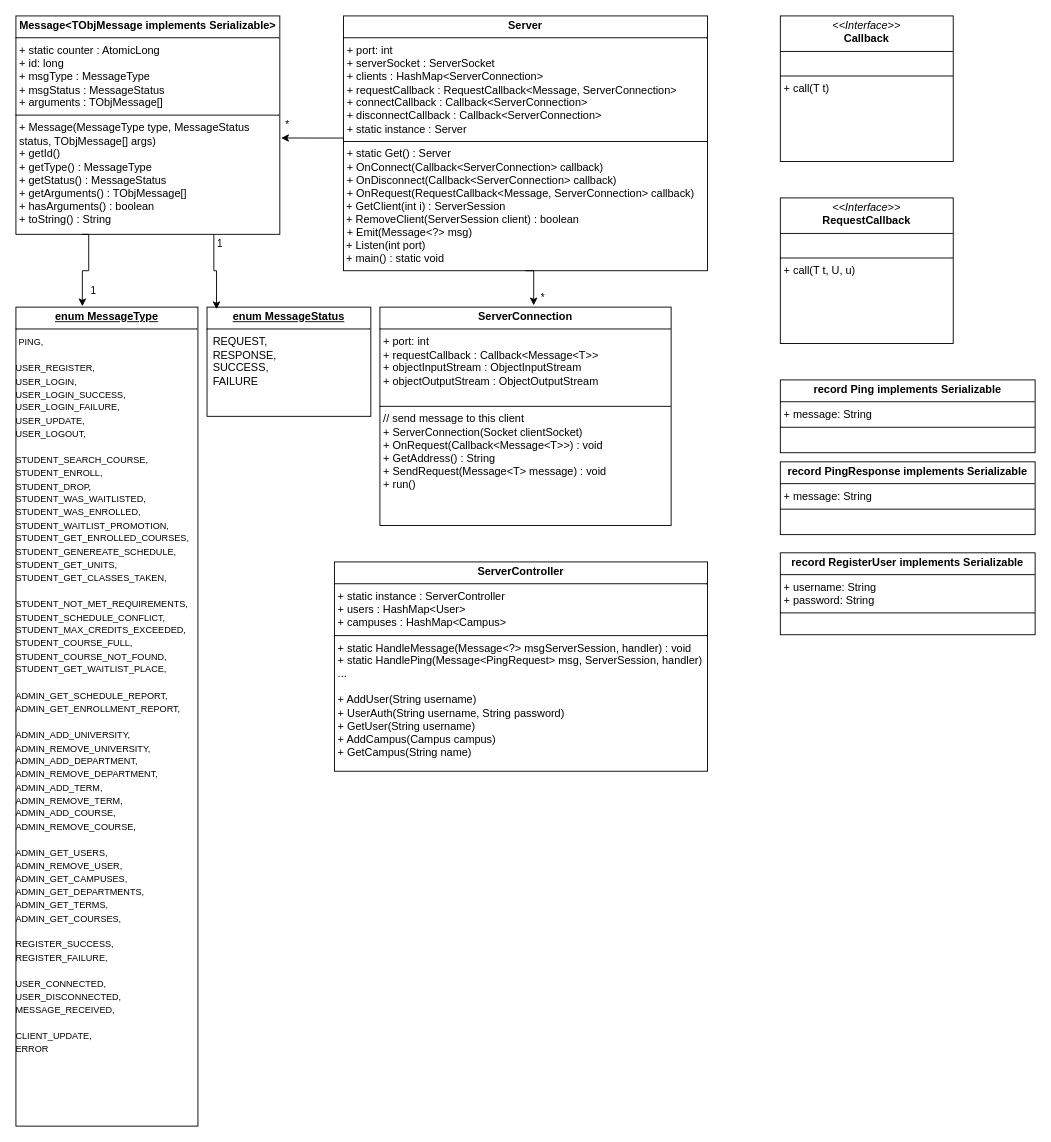
Earlier version of the draw.io diagram documentation/ServerSocketUML.drawio (stephkno/CourseTrack). Source tidied: cells renumbered, new cells numbered last; positions are measured from the earlier drawing's top-left corner, leaving out a move shared by most shapes. Both pictures are drawn from the tidied source at 91%, with x=0, y=0 at pixel (15, 15).
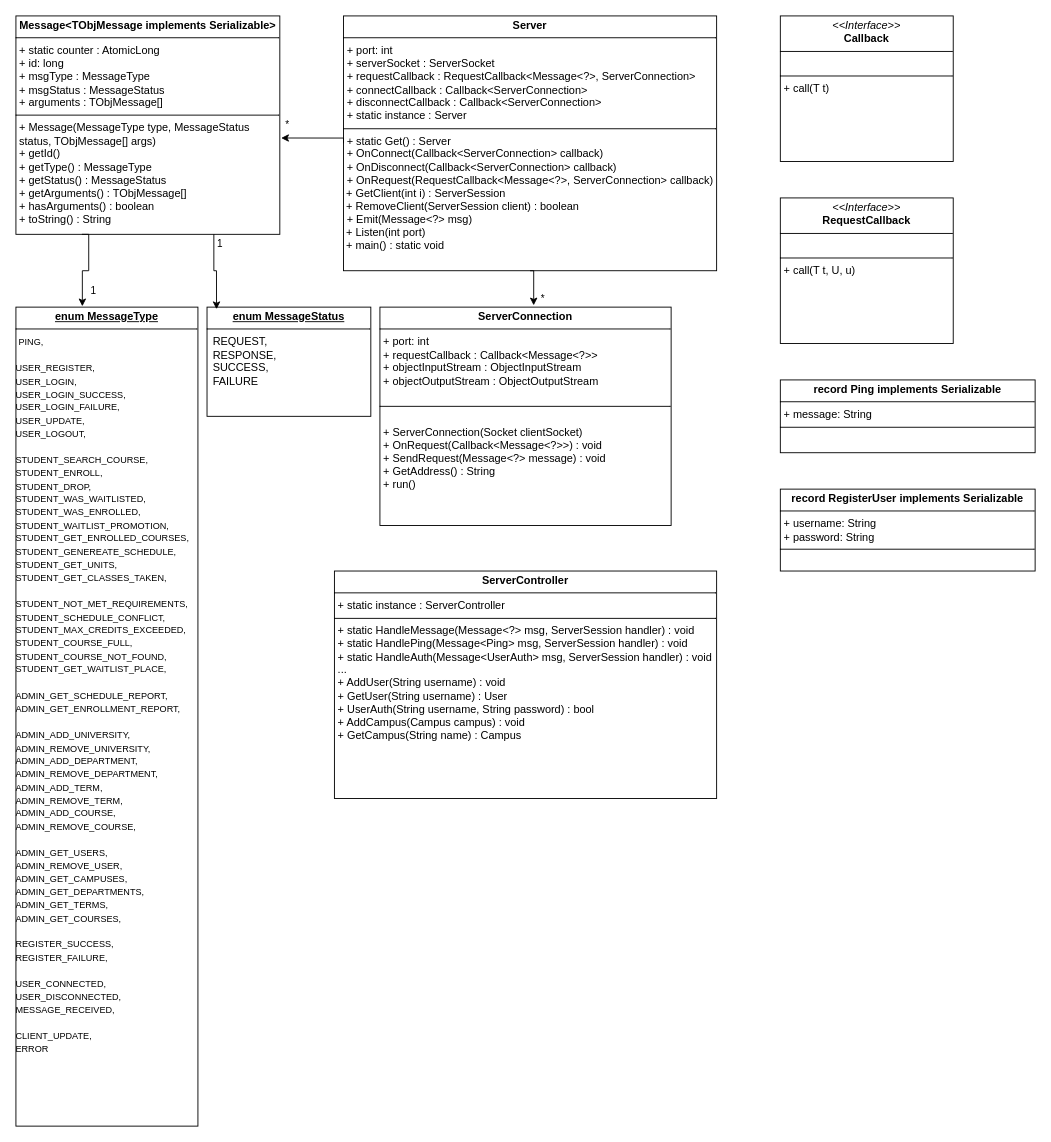
The same diagram, later.

Commit message (it also covers changes not shown here):
Added new server UML

What changed in the source:
```diff
@@
-    <mxCell id="3" value="&lt;p style=&quot;margin:0px;margin-top:4px;text-align:center;&quot;&gt;&lt;b&gt;Server&lt;/b&gt;&lt;/p&gt;&lt;hr size=&quot;1&quot; style=&quot;border-style:solid;&quot;&gt;&lt;p style=&quot;margin:0px;margin-left:4px;&quot;&gt;+ port: int&lt;/p&gt;&lt;p style=&quot;margin:0px;margin-left:4px;&quot;&gt;+ serverSocket : ServerSocket&lt;/p&gt;&lt;p style=&quot;margin:0px;margin-left:4px;&quot;&gt;+&amp;nbsp;clients :&amp;nbsp;HashMap&amp;lt;ServerConnection&amp;gt;&lt;/p&gt;&lt;p style=&quot;margin:0px;margin-left:4px;&quot;&gt;+ requestCallback : RequestCallback&amp;lt;Message, ServerConnection&amp;gt;&lt;/p&gt;&lt;p style=&quot;margin:0px;margin-left:4px;&quot;&gt;+ connectCallback : Callback&amp;lt;ServerConnection&amp;gt;&lt;/p&gt;&lt;p style=&quot;margin:0px;margin-left:4px;&quot;&gt;+ disconnectCallback :&amp;nbsp;Callback&amp;lt;ServerConnection&amp;gt;&lt;/p&gt;&lt;p style=&quot;margin:0px;margin-left:4px;&quot;&gt;+ static instance : Server&lt;/p&gt;&lt;hr size=&quot;1&quot; style=&quot;border-style:solid;&quot;&gt;&lt;p style=&quot;margin:0px;margin-left:4px;&quot;&gt;+ static Get() : Server&amp;nbsp;&lt;/p&gt;&lt;p style=&quot;margin:0px;margin-left:4px;&quot;&gt;+ OnConnect(Callback&amp;lt;ServerConnection&amp;gt; callback)&lt;/p&gt;&lt;p style=&quot;margin:0px;margin-left:4px;&quot;&gt;+ OnDisconnect(Callback&amp;lt;ServerConnection&amp;gt; callback)&lt;/p&gt;&lt;p style=&quot;margin:0px;margin-left:4px;&quot;&gt;+ OnRequest(RequestCallback&amp;lt;Message, ServerConnection&amp;gt; callback)&lt;/p&gt;&lt;div&gt;&amp;nbsp;+ GetClient(int i) : ServerSession&lt;/div&gt;&lt;div&gt;&amp;nbsp;+ RemoveClient(ServerSession client) : boolean&lt;br&gt;&lt;p style=&quot;margin:0px;margin-left:4px;&quot;&gt;+ Emit(Message&amp;lt;?&amp;gt; msg)&lt;/p&gt;&lt;/div&gt;&lt;div&gt;&lt;div&gt;&amp;nbsp;+ Listen(int port)&lt;/div&gt;&lt;div&gt;&amp;nbsp;+ main() : static void&lt;/div&gt;&lt;div&gt;&lt;br&gt;&lt;/div&gt;&lt;br&gt;&lt;/div&gt;" style="verticalAlign=top;align=left;overflow=fill;html=1;whiteSpace=wrap;" parent="1" vertex="1">
-      <mxGeometry x="360" width="400" height="280" as="geometry" />
+    <mxCell id="3" value="&lt;p style=&quot;margin:0px;margin-top:4px;text-align:center;&quot;&gt;&lt;b&gt;Server&lt;/b&gt;&lt;/p&gt;&lt;hr size=&quot;1&quot; style=&quot;border-style:solid;&quot;&gt;&lt;p style=&quot;margin:0px;margin-left:4px;&quot;&gt;+ port: int&lt;/p&gt;&lt;p style=&quot;margin:0px;margin-left:4px;&quot;&gt;+ serverSocket : ServerSocket&lt;/p&gt;&lt;p style=&quot;margin:0px;margin-left:4px;&quot;&gt;+ requestCallback : RequestCallback&amp;lt;Message&amp;lt;?&amp;gt;, ServerConnection&amp;gt;&lt;/p&gt;&lt;p style=&quot;margin:0px;margin-left:4px;&quot;&gt;+ connectCallback : Callback&amp;lt;ServerConnection&amp;gt;&lt;/p&gt;&lt;p style=&quot;margin:0px;margin-left:4px;&quot;&gt;+ disconnectCallback :&amp;nbsp;Callback&amp;lt;ServerConnection&amp;gt;&lt;/p&gt;&lt;p style=&quot;margin:0px;margin-left:4px;&quot;&gt;+ static instance : Server&lt;/p&gt;&lt;hr size=&quot;1&quot; style=&quot;border-style:solid;&quot;&gt;&lt;p style=&quot;margin:0px;margin-left:4px;&quot;&gt;+ static Get() : Server&amp;nbsp;&lt;/p&gt;&lt;p style=&quot;margin:0px;margin-left:4px;&quot;&gt;+ OnConnect(Callback&amp;lt;ServerConnection&amp;gt; callback)&lt;/p&gt;&lt;p style=&quot;margin:0px;margin-left:4px;&quot;&gt;+ OnDisconnect(Callback&amp;lt;ServerConnection&amp;gt; callback)&lt;/p&gt;&lt;p style=&quot;margin:0px;margin-left:4px;&quot;&gt;+ OnRequest(RequestCallback&amp;lt;Message&amp;lt;?&amp;gt;, ServerConnection&amp;gt; callback)&lt;/p&gt;&lt;div&gt;&amp;nbsp;+ GetClient(int i) : ServerSession&lt;/div&gt;&lt;div&gt;&amp;nbsp;+ RemoveClient(ServerSession client) : boolean&lt;br&gt;&lt;p style=&quot;margin:0px;margin-left:4px;&quot;&gt;+ Emit(Message&amp;lt;?&amp;gt; msg)&lt;/p&gt;&lt;/div&gt;&lt;div&gt;&lt;div&gt;&amp;nbsp;+ Listen(int port)&lt;/div&gt;&lt;div&gt;&amp;nbsp;+ main() : static void&lt;/div&gt;&lt;div&gt;&lt;br&gt;&lt;/div&gt;&lt;br&gt;&lt;/div&gt;" style="verticalAlign=top;align=left;overflow=fill;html=1;whiteSpace=wrap;" parent="1" vertex="1">
+      <mxGeometry x="360" width="410" height="280" as="geometry" />
     </mxCell>
-    <mxCell id="4" value="&lt;p style=&quot;margin:0px;margin-top:4px;text-align:center;&quot;&gt;&lt;b&gt;ServerConnection&lt;/b&gt;&lt;/p&gt;&lt;hr size=&quot;1&quot; style=&quot;border-style:solid;&quot;&gt;&lt;p style=&quot;margin:0px;margin-left:4px;&quot;&gt;+ port: int&lt;/p&gt;&lt;p style=&quot;margin:0px;margin-left:4px;&quot;&gt;+ requestCallback : Callback&amp;lt;Message&amp;lt;T&amp;gt;&amp;gt;&lt;/p&gt;&lt;p style=&quot;margin:0px;margin-left:4px;&quot;&gt;+ objectInputStream : ObjectInputStream&lt;/p&gt;&lt;p style=&quot;margin:0px;margin-left:4px;&quot;&gt;+ objectOutputStream : ObjectOutputStream&lt;/p&gt;&lt;p style=&quot;margin:0px;margin-left:4px;&quot;&gt;&lt;br&gt;&lt;/p&gt;&lt;hr size=&quot;1&quot; style=&quot;border-style:solid;&quot;&gt;&lt;p style=&quot;margin:0px;margin-left:4px;&quot;&gt;// send message to this client&lt;/p&gt;&lt;p style=&quot;margin:0px;margin-left:4px;&quot;&gt;+ ServerConnection(Socket clientSocket)&lt;/p&gt;&lt;p style=&quot;margin:0px;margin-left:4px;&quot;&gt;+ OnRequest(Callback&amp;lt;Message&amp;lt;T&amp;gt;&amp;gt;) : void&lt;/p&gt;&lt;p style=&quot;margin:0px;margin-left:4px;&quot;&gt;+ GetAddress() : String&lt;/p&gt;&lt;p style=&quot;margin:0px;margin-left:4px;&quot;&gt;+ SendRequest(Message&amp;lt;T&amp;gt; message) : void&lt;/p&gt;&lt;p style=&quot;margin:0px;margin-left:4px;&quot;&gt;+ run()&lt;/p&gt;" style="verticalAlign=top;align=left;overflow=fill;html=1;whiteSpace=wrap;" parent="1" vertex="1">
+    <mxCell id="4" value="&lt;p style=&quot;margin:0px;margin-top:4px;text-align:center;&quot;&gt;&lt;b&gt;ServerConnection&lt;/b&gt;&lt;/p&gt;&lt;hr size=&quot;1&quot; style=&quot;border-style:solid;&quot;&gt;&lt;p style=&quot;margin:0px;margin-left:4px;&quot;&gt;+ port: int&lt;/p&gt;&lt;p style=&quot;margin:0px;margin-left:4px;&quot;&gt;+ requestCallback : Callback&amp;lt;Message&amp;lt;?&amp;gt;&amp;gt;&lt;/p&gt;&lt;p style=&quot;margin:0px;margin-left:4px;&quot;&gt;+ objectInputStream : ObjectInputStream&lt;/p&gt;&lt;p style=&quot;margin:0px;margin-left:4px;&quot;&gt;+ objectOutputStream : ObjectOutputStream&lt;/p&gt;&lt;p style=&quot;margin:0px;margin-left:4px;&quot;&gt;&lt;br&gt;&lt;/p&gt;&lt;hr size=&quot;1&quot; style=&quot;border-style:solid;&quot;&gt;&lt;p style=&quot;margin:0px;margin-left:4px;&quot;&gt;&lt;br&gt;&lt;/p&gt;&lt;p style=&quot;margin:0px;margin-left:4px;&quot;&gt;+ ServerConnection(Socket clientSocket)&lt;/p&gt;&lt;p style=&quot;margin:0px;margin-left:4px;&quot;&gt;+ OnRequest(Callback&amp;lt;Message&amp;lt;?&amp;gt;&amp;gt;) : void&lt;/p&gt;&lt;p style=&quot;margin:0px;margin-left:4px;&quot;&gt;+ SendRequest(Message&amp;lt;?&amp;gt; message) : void&lt;/p&gt;&lt;p style=&quot;margin:0px;margin-left:4px;&quot;&gt;+ GetAddress() : String&lt;/p&gt;&lt;p style=&quot;margin:0px;margin-left:4px;&quot;&gt;+ run()&lt;/p&gt;" style="verticalAlign=top;align=left;overflow=fill;html=1;whiteSpace=wrap;" parent="1" vertex="1">
       <mxGeometry x="400" y="320" width="320" height="240" as="geometry" />
     </mxCell>
@@
-    <mxCell id="6" value="&lt;p style=&quot;margin:0px;margin-top:4px;text-align:center;&quot;&gt;&lt;b&gt;ServerController&lt;/b&gt;&lt;/p&gt;&lt;hr size=&quot;1&quot; style=&quot;border-style:solid;&quot;&gt;&lt;p style=&quot;margin:0px;margin-left:4px;&quot;&gt;+ static instance :&amp;nbsp;ServerController&lt;/p&gt;&lt;p style=&quot;margin:0px;margin-left:4px;&quot;&gt;+&amp;nbsp;users :&amp;nbsp;HashMap&amp;lt;User&amp;gt;&lt;/p&gt;&lt;p style=&quot;margin:0px;margin-left:4px;&quot;&gt;+ campuses : HashMap&amp;lt;Campus&amp;gt;&lt;/p&gt;&lt;hr size=&quot;1&quot; style=&quot;border-style:solid;&quot;&gt;&lt;p style=&quot;margin:0px;margin-left:4px;&quot;&gt;+ static HandleMessage(Message&amp;lt;?&amp;gt; msgServerSession, handler)&amp;nbsp;: void&lt;/p&gt;&lt;p style=&quot;margin:0px;margin-left:4px;&quot;&gt;+ static HandlePing(Message&amp;lt;PingRequest&amp;gt; msg, ServerSession, handler)&lt;/p&gt;&lt;p style=&quot;margin:0px;margin-left:4px;&quot;&gt;...&lt;/p&gt;&lt;p style=&quot;margin:0px;margin-left:4px;&quot;&gt;&lt;br&gt;&lt;/p&gt;&lt;p style=&quot;margin:0px;margin-left:4px;&quot;&gt;+ AddUser(String username)&lt;/p&gt;&lt;p style=&quot;margin:0px;margin-left:4px;&quot;&gt;+ UserAuth(String username, String password)&lt;/p&gt;&lt;p style=&quot;margin:0px;margin-left:4px;&quot;&gt;+ GetUser(String username)&lt;br&gt;+ AddCampus(Campus campus)&lt;/p&gt;&lt;p style=&quot;margin:0px;margin-left:4px;&quot;&gt;+ GetCampus(String name)&lt;/p&gt;" style="verticalAlign=top;align=left;overflow=fill;html=1;whiteSpace=wrap;" parent="1" vertex="1">
-      <mxGeometry x="350" y="600" width="410" height="230" as="geometry" />
+    <mxCell id="6" value="&lt;p style=&quot;margin:0px;margin-top:4px;text-align:center;&quot;&gt;&lt;b&gt;ServerController&lt;/b&gt;&lt;/p&gt;&lt;hr size=&quot;1&quot; style=&quot;border-style:solid;&quot;&gt;&lt;p style=&quot;margin:0px;margin-left:4px;&quot;&gt;+ static instance :&amp;nbsp;ServerController&lt;/p&gt;&lt;hr size=&quot;1&quot; style=&quot;border-style:solid;&quot;&gt;&lt;p style=&quot;margin:0px;margin-left:4px;&quot;&gt;+ static HandleMessage(Message&amp;lt;?&amp;gt; msg, ServerSession handler)&amp;nbsp;: void&lt;/p&gt;&lt;p style=&quot;margin:0px;margin-left:4px;&quot;&gt;+ static HandlePing(Message&amp;lt;Ping&amp;gt; msg, ServerSession handler) : void&lt;/p&gt;&lt;p style=&quot;margin:0px;margin-left:4px;&quot;&gt;+ static HandleAuth(Message&amp;lt;UserAuth&amp;gt; msg, ServerSession handler) : void&lt;/p&gt;&lt;p style=&quot;margin:0px;margin-left:4px;&quot;&gt;...&lt;/p&gt;&lt;p style=&quot;margin:0px;margin-left:4px;&quot;&gt;+ AddUser(String username) : void&lt;/p&gt;&lt;p style=&quot;margin:0px;margin-left:4px;&quot;&gt;+ GetUser(String username) : User&lt;/p&gt;&lt;p style=&quot;margin:0px;margin-left:4px;&quot;&gt;+ UserAuth(String username, String password) : bool&lt;/p&gt;&lt;p style=&quot;margin:0px;margin-left:4px;&quot;&gt;+ AddCampus(Campus campus) : void&lt;/p&gt;&lt;p style=&quot;margin:0px;margin-left:4px;&quot;&gt;+ GetCampus(String name) : Campus&lt;/p&gt;" style="verticalAlign=top;align=left;overflow=fill;html=1;whiteSpace=wrap;" parent="1" vertex="1">
+      <mxGeometry x="350" y="610" width="420" height="250" as="geometry" />
     </mxCell>
@@
-    <mxCell id="19" value="&lt;p style=&quot;margin:0px;margin-top:4px;text-align:center;&quot;&gt;&lt;b&gt;record PingResponse implements Serializable&lt;/b&gt;&lt;/p&gt;&lt;hr size=&quot;1&quot; style=&quot;border-style:solid;&quot;&gt;&lt;p style=&quot;margin:0px;margin-left:4px;&quot;&gt;+ message: String&lt;/p&gt;&lt;hr size=&quot;1&quot; style=&quot;border-style:solid;&quot;&gt;" style="verticalAlign=top;align=left;overflow=fill;html=1;whiteSpace=wrap;" parent="1" vertex="1">
-      <mxGeometry x="840" y="490" width="280" height="80" as="geometry" />
-    </mxCell>
     <mxCell id="20" value="&lt;p style=&quot;margin:0px;margin-top:4px;text-align:center;&quot;&gt;&lt;b&gt;record RegisterUser implements Serializable&lt;/b&gt;&lt;/p&gt;&lt;hr size=&quot;1&quot; style=&quot;border-style:solid;&quot;&gt;&lt;p style=&quot;margin:0px;margin-left:4px;&quot;&gt;+ username: String&lt;/p&gt;&lt;p style=&quot;margin:0px;margin-left:4px;&quot;&gt;+ password: String&lt;/p&gt;&lt;hr size=&quot;1&quot; style=&quot;border-style:solid;&quot;&gt;" style="verticalAlign=top;align=left;overflow=fill;html=1;whiteSpace=wrap;" parent="1" vertex="1">
-      <mxGeometry x="840" y="590" width="280" height="90" as="geometry" />
+      <mxGeometry x="840" y="520" width="280" height="90" as="geometry" />
     </mxCell>
```
